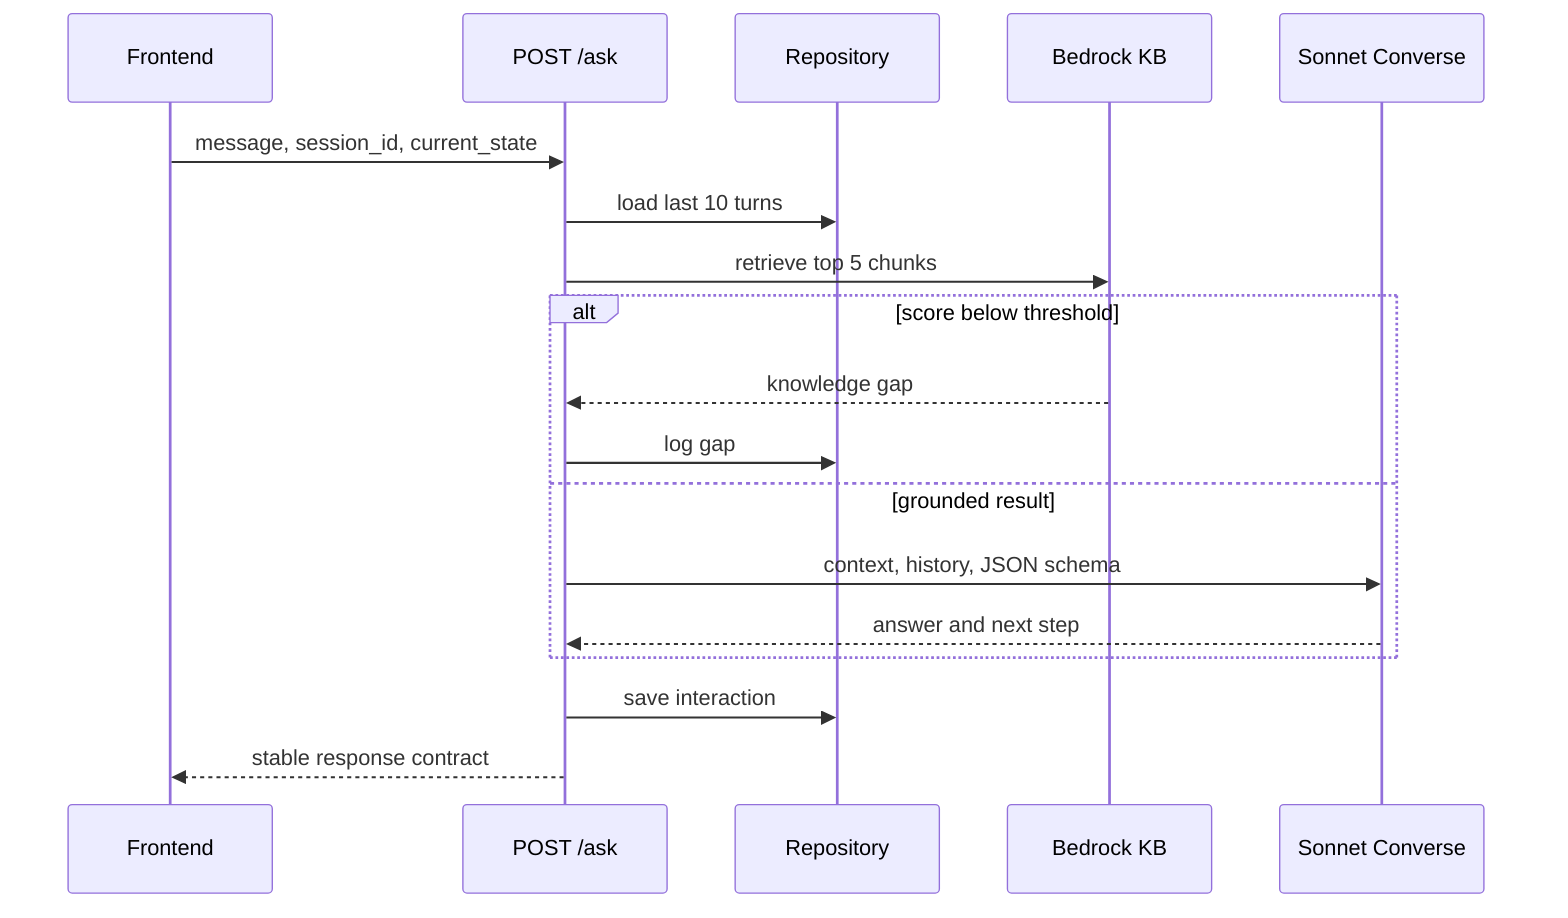
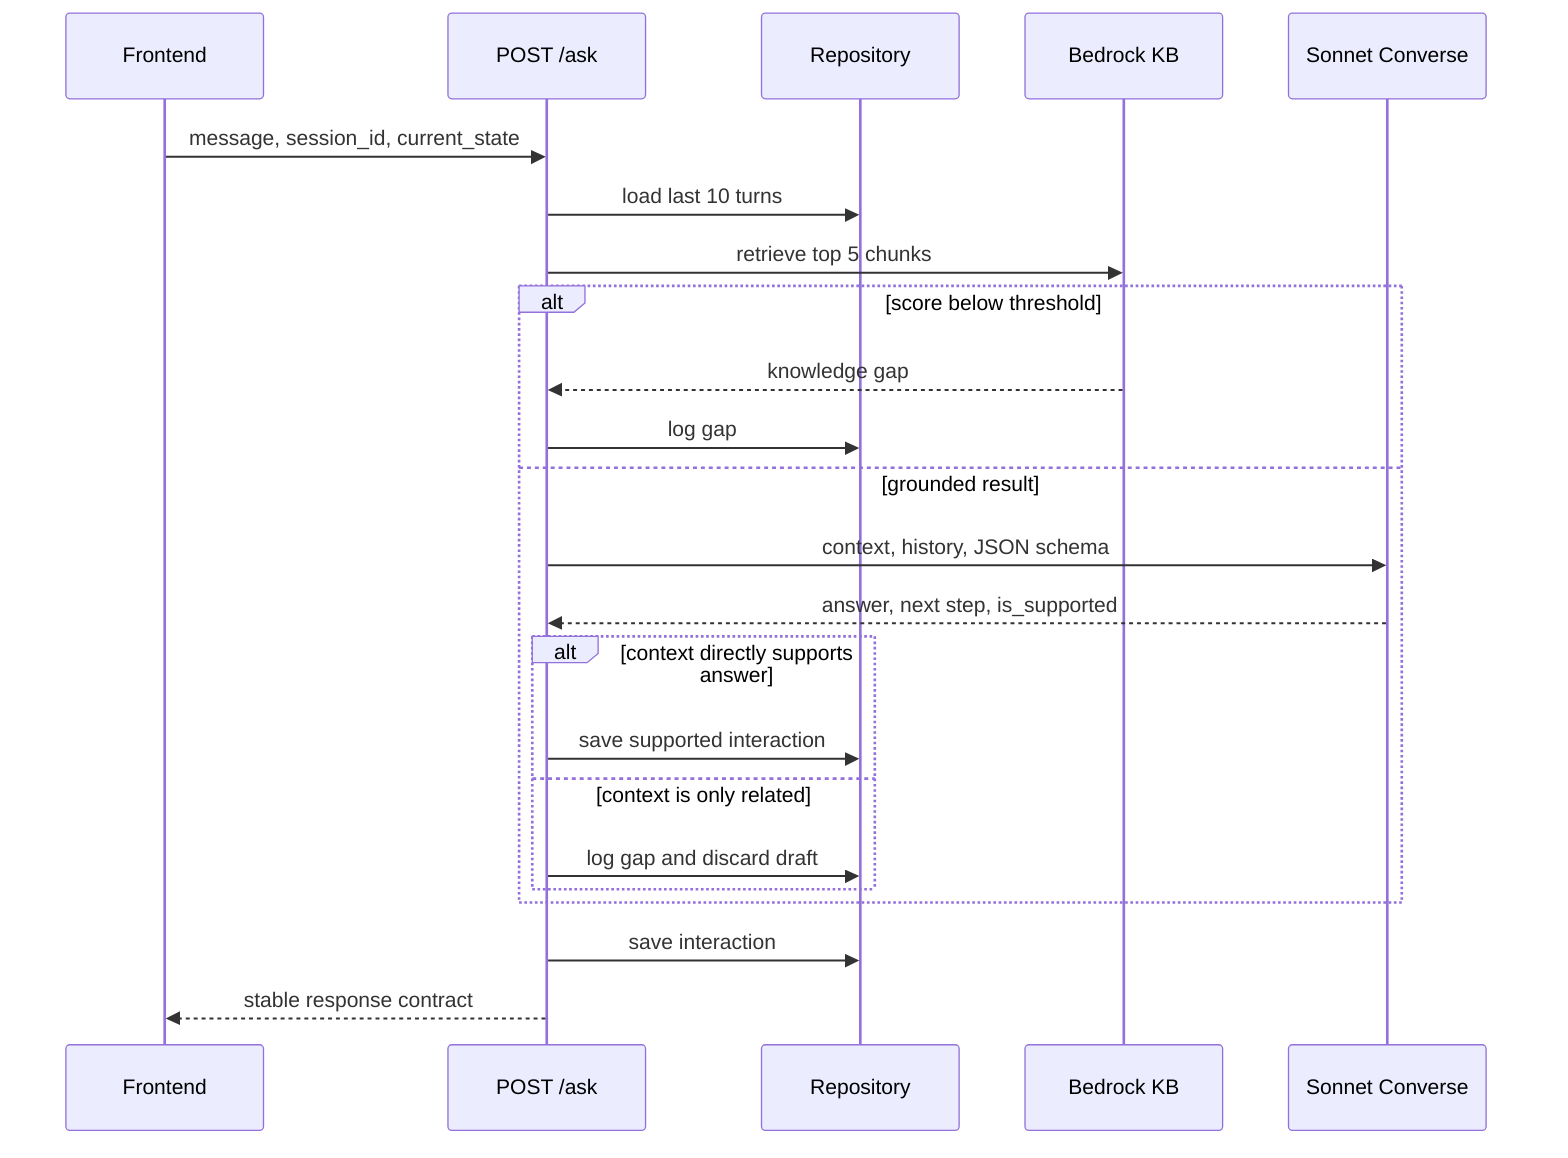
sequenceDiagram
    participant UI as Frontend
    participant API as POST /ask
    participant DB as Repository
    participant KB as Bedrock KB
    participant LLM as Sonnet Converse
    UI->>API: message, session_id, current_state
    API->>DB: load last 10 turns
    API->>KB: retrieve top 5 chunks
    alt score below threshold
        KB-->>API: knowledge gap
        API->>DB: log gap
    else grounded result
        API->>LLM: context, history, JSON schema
-         LLM-->>API: answer and next step
+         LLM-->>API: answer, next step, is_supported
+         alt context directly supports answer
+             API->>DB: save supported interaction
+         else context is only related
+             API->>DB: log gap and discard draft
+         end
    end
    API->>DB: save interaction
    API-->>UI: stable response contract
